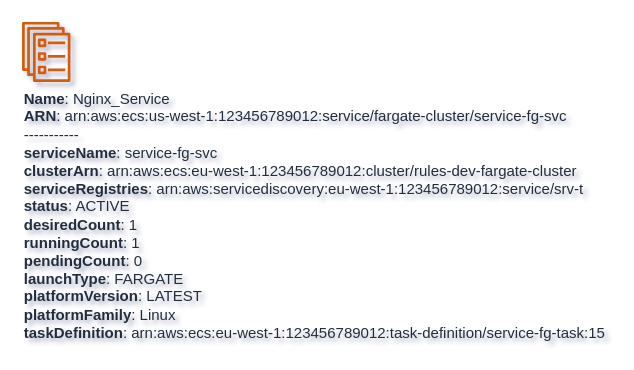
tsypuk/multicloud-diagrams keeps this draw.io diagram as docs/docs/aws-components/output/drawio/ecs_service.drawio. Above is the earlier version. Source tidied: cells renumbered, new cells numbered last; positions are measured from the earlier drawing's top-left corner, leaving out a move shared by most shapes. Both pictures are drawn from the tidied source at 125%, with x=0, y=0 at pixel (21, 21).
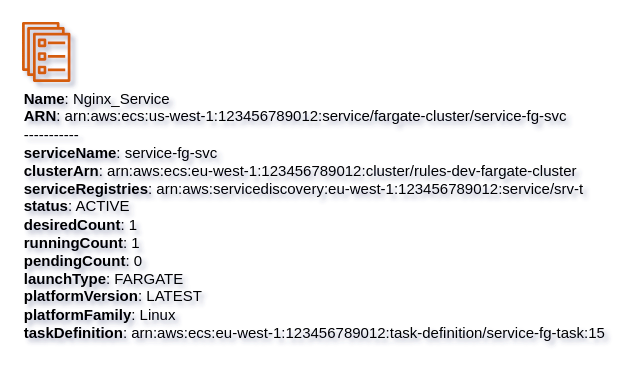
Above is the later version.

Diff of the diagram source:
```diff
@@
 <mxGraphModel shadow="1">
   <root>
     <mxCell id="0" />
     <mxCell id="1" parent="0" />
-    <mxCell id="2" value="&lt;b&gt;Name&lt;/b&gt;: Nginx_Service&lt;BR&gt;&lt;b&gt;ARN&lt;/b&gt;: arn:aws:ecs:us-west-1:123456789012:service/fargate-cluster/service-fg-svc&lt;BR&gt;-----------&lt;BR&gt;&lt;b&gt;serviceName&lt;/b&gt;: service-fg-svc&lt;BR&gt;&lt;b&gt;clusterArn&lt;/b&gt;: arn:aws:ecs:eu-west-1:123456789012:cluster/rules-dev-fargate-cluster&lt;BR&gt;&lt;b&gt;serviceRegistries&lt;/b&gt;: arn:aws:servicediscovery:eu-west-1:123456789012:service/srv-t&lt;BR&gt;&lt;b&gt;status&lt;/b&gt;: ACTIVE&lt;BR&gt;&lt;b&gt;desiredCount&lt;/b&gt;: 1&lt;BR&gt;&lt;b&gt;runningCount&lt;/b&gt;: 1&lt;BR&gt;&lt;b&gt;pendingCount&lt;/b&gt;: 0&lt;BR&gt;&lt;b&gt;launchType&lt;/b&gt;: FARGATE&lt;BR&gt;&lt;b&gt;platformVersion&lt;/b&gt;: LATEST&lt;BR&gt;&lt;b&gt;platformFamily&lt;/b&gt;: Linux&lt;BR&gt;&lt;b&gt;taskDefinition&lt;/b&gt;: arn:aws:ecs:eu-west-1:123456789012:task-definition/service-fg-task:15" style="sketch=0;fontColor=#232F3E;gradientColor=none;fillColor=#D45B07;strokeColor=none;dashed=0;verticalLabelPosition=bottom;verticalAlign=top;align=left;html=1;fontSize=12;fontStyle=0;shape=mxgraph.aws4.ecs_service;" parent="1" vertex="1">
+    <mxCell id="2" value="&lt;b&gt;Name&lt;/b&gt;: Nginx_Service&lt;BR&gt;&lt;b&gt;ARN&lt;/b&gt;: arn:aws:ecs:us-west-1:123456789012:service/fargate-cluster/service-fg-svc&lt;BR&gt;-----------&lt;BR&gt;&lt;b&gt;serviceName&lt;/b&gt;: service-fg-svc&lt;BR&gt;&lt;b&gt;clusterArn&lt;/b&gt;: arn:aws:ecs:eu-west-1:123456789012:cluster/rules-dev-fargate-cluster&lt;BR&gt;&lt;b&gt;serviceRegistries&lt;/b&gt;: arn:aws:servicediscovery:eu-west-1:123456789012:service/srv-t&lt;BR&gt;&lt;b&gt;status&lt;/b&gt;: ACTIVE&lt;BR&gt;&lt;b&gt;desiredCount&lt;/b&gt;: 1&lt;BR&gt;&lt;b&gt;runningCount&lt;/b&gt;: 1&lt;BR&gt;&lt;b&gt;pendingCount&lt;/b&gt;: 0&lt;BR&gt;&lt;b&gt;launchType&lt;/b&gt;: FARGATE&lt;BR&gt;&lt;b&gt;platformVersion&lt;/b&gt;: LATEST&lt;BR&gt;&lt;b&gt;platformFamily&lt;/b&gt;: Linux&lt;BR&gt;&lt;b&gt;taskDefinition&lt;/b&gt;: arn:aws:ecs:eu-west-1:123456789012:task-definition/service-fg-task:15" style="sketch=0;gradientColor=none;fillColor=#D45B07;strokeColor=none;dashed=0;verticalLabelPosition=bottom;verticalAlign=top;align=left;html=1;fontSize=12;fontStyle=0;shape=mxgraph.aws4.ecs_service;" parent="1" vertex="1">
       <mxGeometry width="39" height="48" as="geometry" />
     </mxCell>
   </root>
 </mxGraphModel>
```
